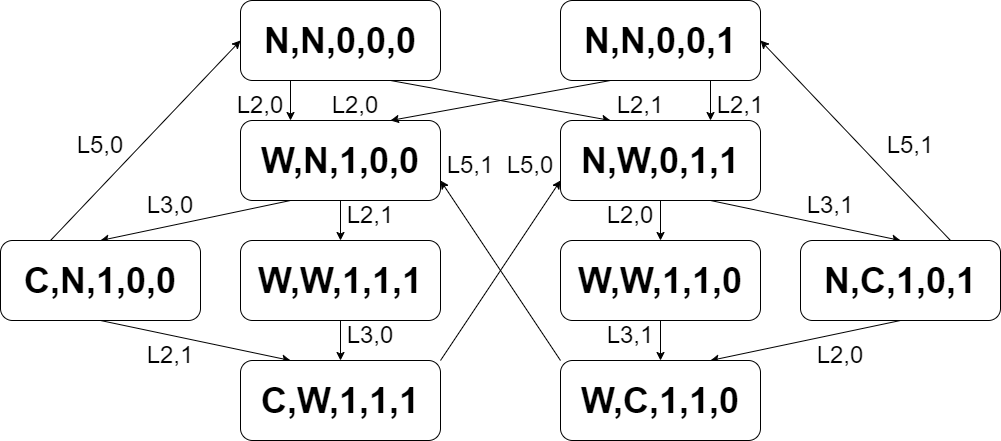
The draw.io diagram image/hw1-3-1.drawio.png in DarkSharpness/MC, before a commit. Source tidied: cells renumbered, new cells last; positions are measured from the earlier drawing's top-left corner, leaving out a move shared by most shapes.
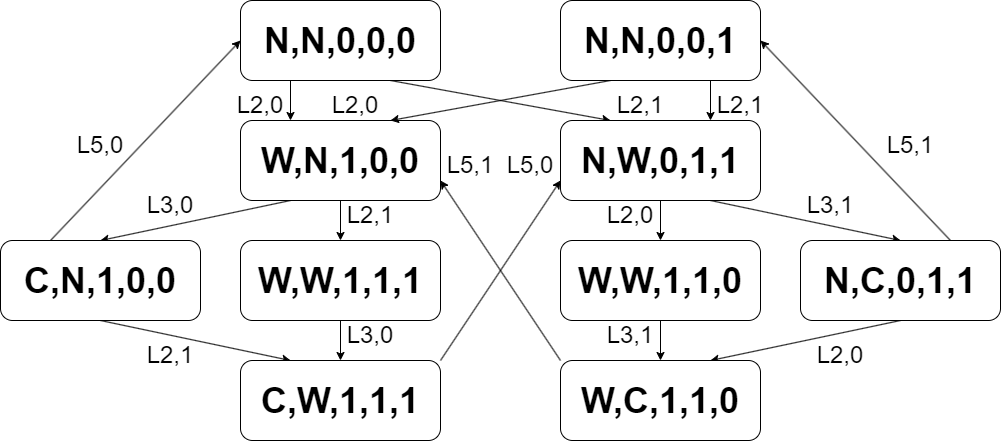
The same file after the commit.

Diff of the diagram source:
```diff
@@ -44,7 +44,7 @@
     <mxCell id="15" style="edgeStyle=none;html=1;exitX=0.75;exitY=0;exitDx=0;exitDy=0;entryX=1;entryY=0.5;entryDx=0;entryDy=0;" parent="1" edge="1" source="16" target="27">
       <mxGeometry relative="1" as="geometry" />
     </mxCell>
-    <mxCell id="16" value="&lt;font style=&quot;font-size: 36px;&quot;&gt;&lt;b style=&quot;&quot;&gt;N,C,1,0,1&lt;/b&gt;&lt;/font&gt;" style="rounded=1;whiteSpace=wrap;html=1;" parent="1" vertex="1">
+    <mxCell id="16" value="&lt;font style=&quot;font-size: 36px;&quot;&gt;&lt;b style=&quot;&quot;&gt;N,C,0,1,1&lt;/b&gt;&lt;/font&gt;" style="rounded=1;whiteSpace=wrap;html=1;" parent="1" vertex="1">
       <mxGeometry x="800" y="240" width="200" height="80" as="geometry" />
     </mxCell>
     <mxCell id="17" style="edgeStyle=none;html=1;exitX=0.5;exitY=1;exitDx=0;exitDy=0;entryX=0.5;entryY=0;entryDx=0;entryDy=0;" parent="1" edge="1" source="18" target="24">
```
